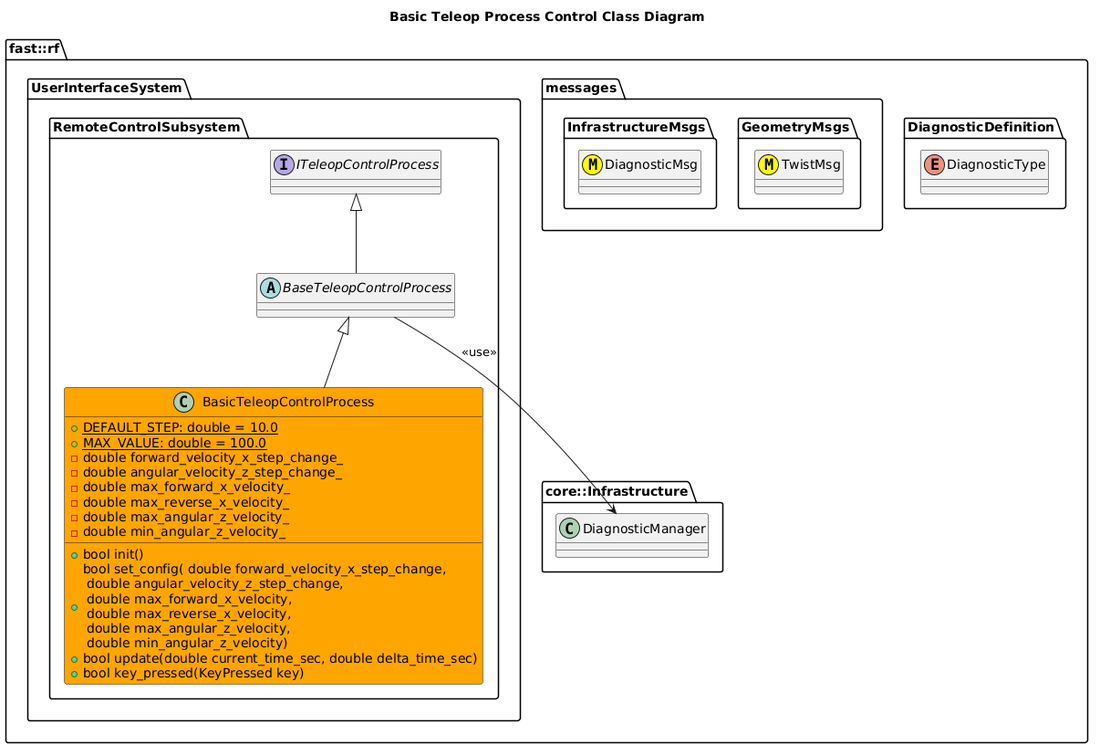
Before: Systems/UserInterface/Subsystems/RemoteControl/Processes/TeleopControl/doc/ProcessImplementations/puml/BasicTeleopControlProcessClassDiagram.png, a diagram exported from PlantUML (fastrobotics/robot_framework).
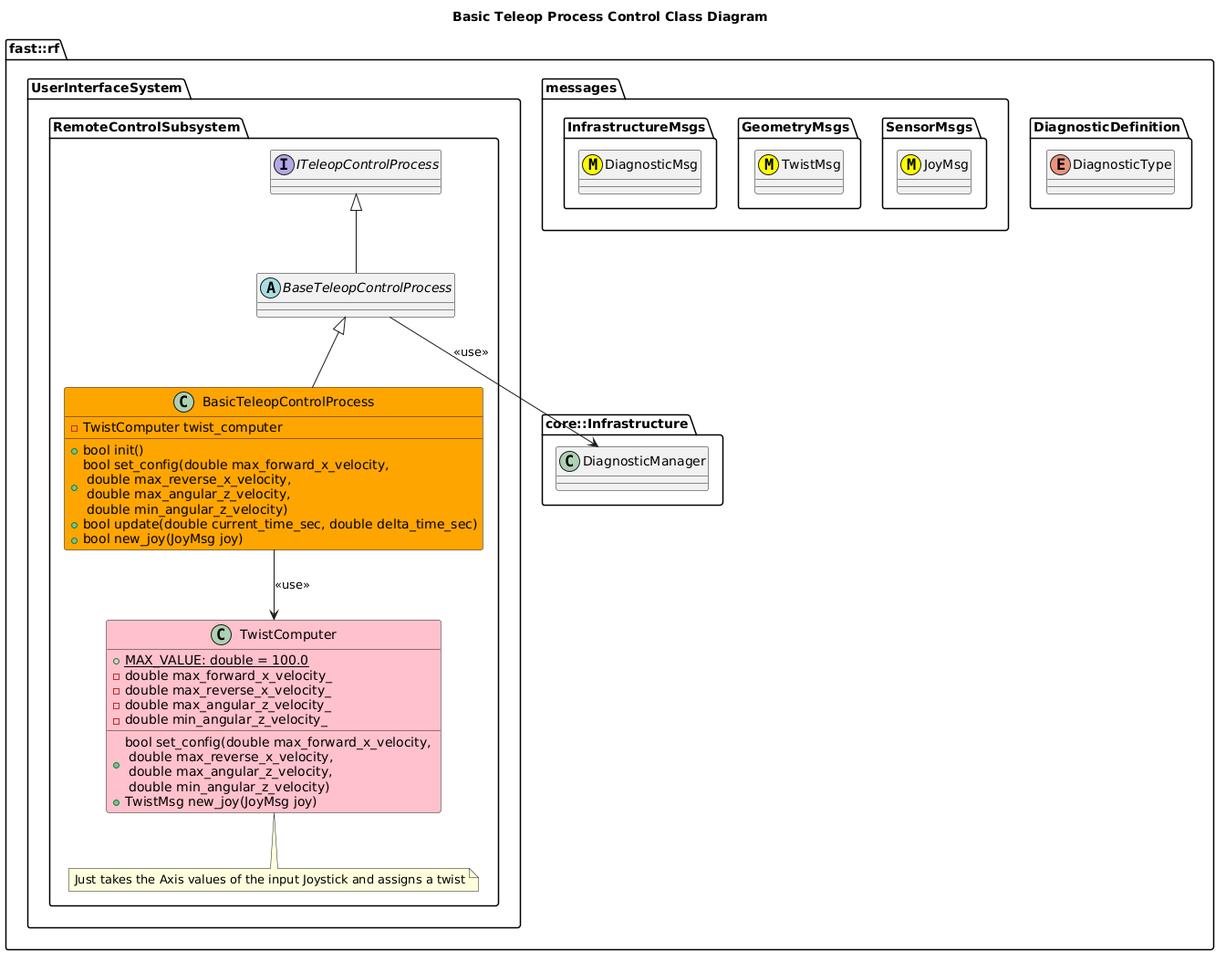
Above is the later version.

The edit, as a diff of the source:
```diff
@@ -6,6 +6,9 @@
     enum DiagnosticType
   }
   namespace messages {
+    namespace SensorMsgs {
+      class JoyMsg <<(M,#FFFF00)>>
+    }
     namespace GeometryMsgs {
       class TwistMsg <<(M,#FFFF00)>>
     }
@@ -22,21 +25,29 @@
         abstract BaseTeleopControlProcess
         BaseTeleopControlProcess -up-|> ITeleopControlProcess
         BaseTeleopControlProcess --> DiagnosticManager: <<use>>
-        class BasicTeleopControlProcess #Orange {
-          +{static} DEFAULT_STEP: double = 10.0
+        class TwistComputer #Pink {
           +{static} MAX_VALUE: double = 100.0
-          +bool init()
-          +bool set_config( double forward_velocity_x_step_change, \n double angular_velocity_z_step_change, \n double max_forward_x_velocity, \n double max_reverse_x_velocity, \n double max_angular_z_velocity, \n double min_angular_z_velocity)
-          +bool update(double current_time_sec, double delta_time_sec)
-          +bool key_pressed(KeyPressed key)
-          -double forward_velocity_x_step_change_
-          -double angular_velocity_z_step_change_
+          +bool set_config(double max_forward_x_velocity, \n double max_reverse_x_velocity, \n double max_angular_z_velocity, \n double min_angular_z_velocity)
+          +TwistMsg new_joy(JoyMsg joy)
           -double max_forward_x_velocity_
           -double max_reverse_x_velocity_
           -double max_angular_z_velocity_
           -double min_angular_z_velocity_
         }
+        note bottom of TwistComputer
+          Just takes the Axis values of the input Joystick and assigns a twist
+        end note
+        class BasicTeleopControlProcess #Orange {
+
+          +bool init()
+          +bool set_config(double max_forward_x_velocity, \n double max_reverse_x_velocity, \n double max_angular_z_velocity, \n double min_angular_z_velocity)
+          +bool update(double current_time_sec, double delta_time_sec)
+          +bool new_joy(JoyMsg joy)
+          -TwistComputer twist_computer
+
+        }
         BasicTeleopControlProcess -up-|> BaseTeleopControlProcess
+        BasicTeleopControlProcess --> TwistComputer: <<use>>
     }
   }
 }
```
